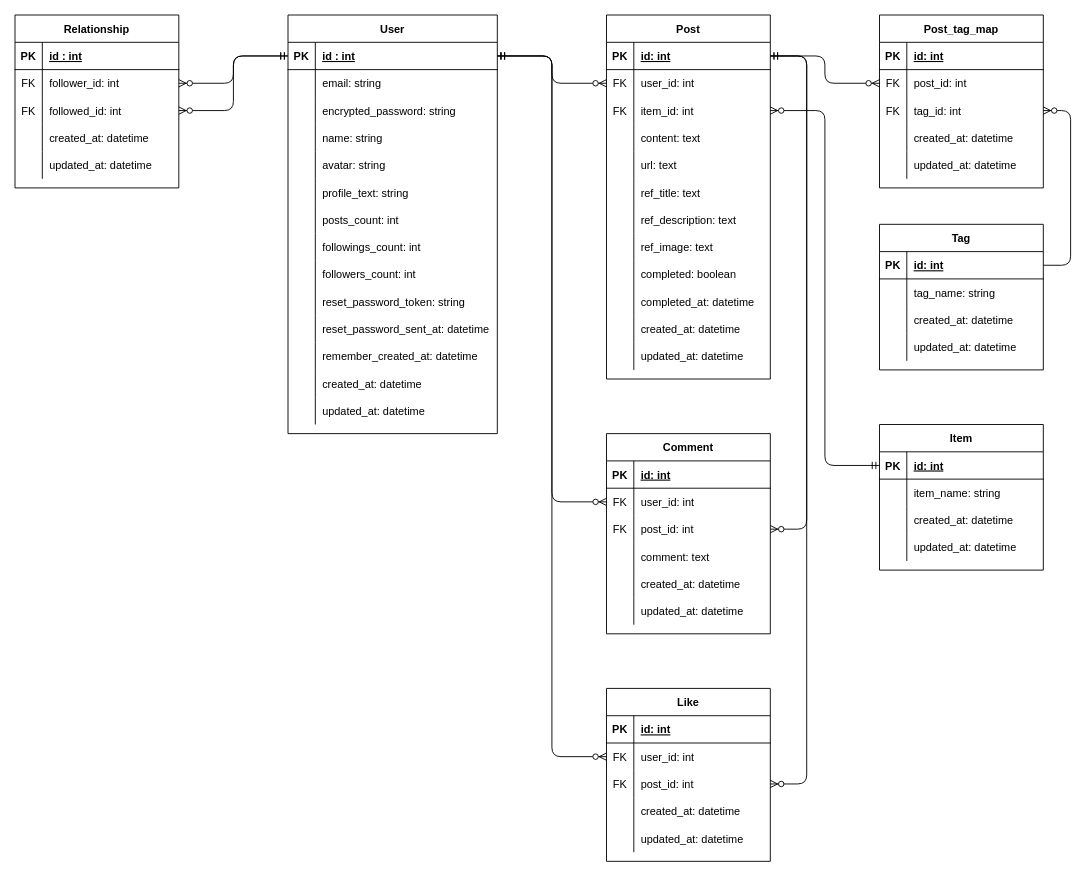
nosuke0611/intelist keeps this draw.io diagram as intelist_er.drawio. Above is the earlier version. Source tidied: cells renumbered, new cells numbered last; positions are measured from the earlier drawing's top-left corner, leaving out a move shared by most shapes. Both pictures are drawn from the tidied source at 91%, with x=0, y=0 at pixel (15, 15).
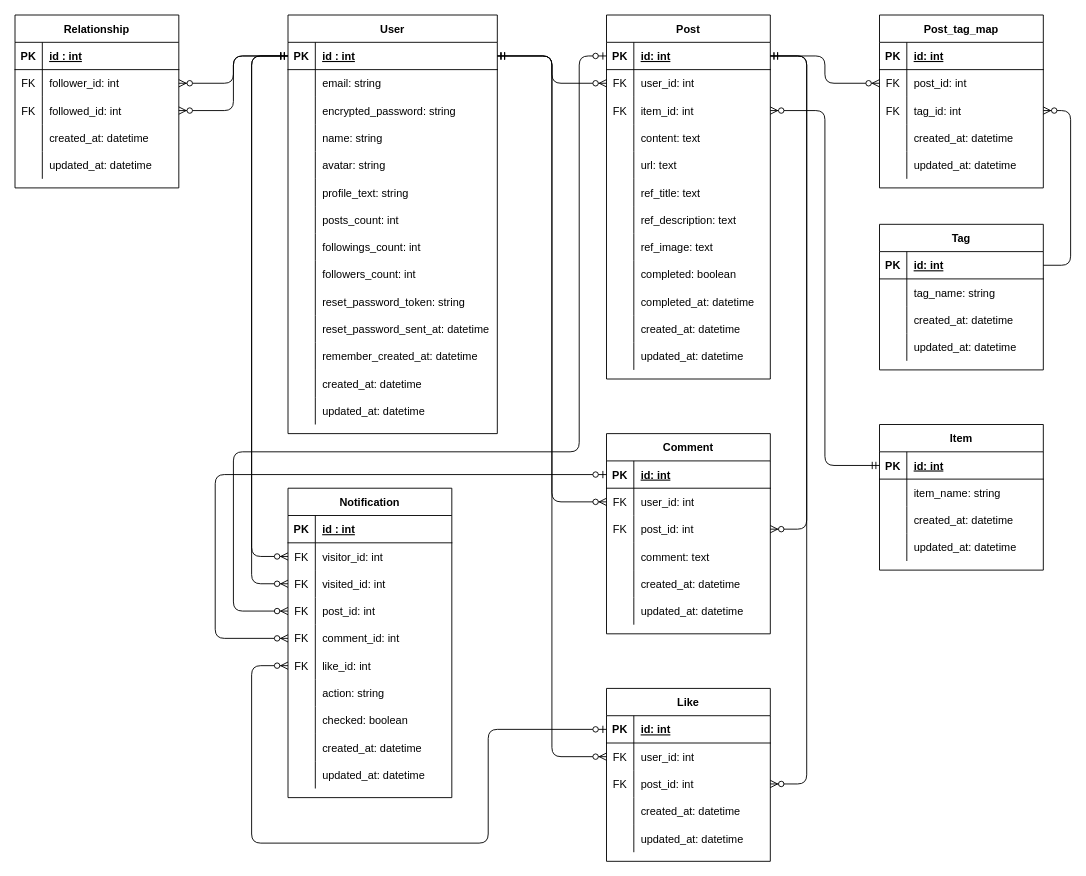
The same page after the edit.

Unchanged cells that the change refers to:
```xml
<mxCell id="3" style="shape=partialRectangle;fillColor=none;top=0;left=0;bottom=1;right=0;points=[[0,0.5],[1,0.5]];portConstraint=eastwest;" parent="2" vertex="1">
  <mxGeometry y="30" width="180" height="30" as="geometry" />
</mxCell>
<mxCell id="35" style="shape=partialRectangle;fillColor=none;top=0;left=0;bottom=1;right=0;points=[[0,0.5],[1,0.5]];portConstraint=eastwest;" parent="34" vertex="1">
  <mxGeometry y="30" width="180" height="30" as="geometry" />
</mxCell>
<mxCell id="67" style="shape=partialRectangle;fillColor=none;top=0;left=0;bottom=1;right=0;points=[[0,0.5],[1,0.5]];portConstraint=eastwest;" parent="66" vertex="1">
  <mxGeometry y="30" width="180" height="30" as="geometry" />
</mxCell>
<mxCell id="133" style="shape=partialRectangle;fillColor=none;top=0;left=0;bottom=1;right=0;points=[[0,0.5],[1,0.5]];portConstraint=eastwest;" parent="132" vertex="1">
  <mxGeometry y="30" width="230" height="30" as="geometry" />
</mxCell>
```

What changed in the source:
```diff
@@
+    <mxCell id="185" value="Notification" style="shape=table;startSize=30;childLayout=tableLayout;rowLines=0;fontStyle=1;align=center;" parent="1" vertex="1">
+      <mxGeometry x="300" y="520" width="180" height="340" as="geometry" />
+    </mxCell>
+    <mxCell id="186" style="shape=partialRectangle;fillColor=none;top=0;left=0;bottom=1;right=0;" parent="185" vertex="1">
+      <mxGeometry y="30" width="180" height="30" as="geometry" />
+    </mxCell>
+    <mxCell id="187" value="PK" style="shape=partialRectangle;fillColor=none;top=0;left=0;bottom=0;right=0;fontStyle=1;overflow=hidden;" parent="186" vertex="1">
+      <mxGeometry width="30" height="30" as="geometry" />
+    </mxCell>
+    <mxCell id="188" value="id : int" style="shape=partialRectangle;fillColor=none;top=0;left=0;bottom=0;right=0;align=left;spacingLeft=6;fontStyle=5;overflow=hidden;" parent="186" vertex="1">
+      <mxGeometry x="30" width="150" height="30" as="geometry" />
+    </mxCell>
+    <mxCell id="189" style="shape=partialRectangle;fillColor=none;top=0;left=0;bottom=0;right=0;points=[[0,0.5],[1,0.5]];portConstraint=eastwest;" parent="185" vertex="1">
+      <mxGeometry y="60" width="180" height="30" as="geometry" />
+    </mxCell>
+    <mxCell id="190" value="FK" style="shape=partialRectangle;fillColor=none;top=0;left=0;bottom=0;right=0;overflow=hidden;" parent="189" vertex="1">
+      <mxGeometry width="30" height="30" as="geometry" />
+    </mxCell>
+    <mxCell id="191" value="visitor_id: int" style="shape=partialRectangle;fillColor=none;top=0;left=0;bottom=0;right=0;align=left;spacingLeft=6;overflow=hidden;" parent="189" vertex="1">
+      <mxGeometry x="30" width="150" height="30" as="geometry" />
+    </mxCell>
+    <mxCell id="192" style="shape=partialRectangle;fillColor=none;top=0;left=0;bottom=0;right=0;points=[[0,0.5],[1,0.5]];portConstraint=eastwest;" parent="185" vertex="1">
+      <mxGeometry y="90" width="180" height="30" as="geometry" />
+    </mxCell>
+    <mxCell id="193" value="FK" style="shape=partialRectangle;fillColor=none;top=0;left=0;bottom=0;right=0;overflow=hidden;" parent="192" vertex="1">
+      <mxGeometry width="30" height="30" as="geometry" />
+    </mxCell>
+    <mxCell id="194" value="visited_id: int" style="shape=partialRectangle;fillColor=none;top=0;left=0;bottom=0;right=0;align=left;spacingLeft=6;overflow=hidden;" parent="192" vertex="1">
+      <mxGeometry x="30" width="150" height="30" as="geometry" />
+    </mxCell>
+    <mxCell id="195" style="shape=partialRectangle;fillColor=none;top=0;left=0;bottom=0;right=0;points=[[0,0.5],[1,0.5]];portConstraint=eastwest;" parent="185" vertex="1">
+      <mxGeometry y="120" width="180" height="30" as="geometry" />
+    </mxCell>
+    <mxCell id="196" value="FK" style="shape=partialRectangle;fillColor=none;top=0;left=0;bottom=0;right=0;overflow=hidden;" parent="195" vertex="1">
+      <mxGeometry width="30" height="30" as="geometry" />
+    </mxCell>
+    <mxCell id="197" value="post_id: int" style="shape=partialRectangle;fillColor=none;top=0;left=0;bottom=0;right=0;align=left;spacingLeft=6;overflow=hidden;" parent="195" vertex="1">
+      <mxGeometry x="30" width="150" height="30" as="geometry" />
+    </mxCell>
+    <mxCell id="198" style="shape=partialRectangle;fillColor=none;top=0;left=0;bottom=0;right=0;points=[[0,0.5],[1,0.5]];portConstraint=eastwest;" parent="185" vertex="1">
+      <mxGeometry y="150" width="180" height="30" as="geometry" />
+    </mxCell>
+    <mxCell id="199" value="FK" style="shape=partialRectangle;fillColor=none;top=0;left=0;bottom=0;right=0;overflow=hidden;" parent="198" vertex="1">
+      <mxGeometry width="30" height="30" as="geometry" />
+    </mxCell>
+    <mxCell id="200" value="comment_id: int" style="shape=partialRectangle;fillColor=none;top=0;left=0;bottom=0;right=0;align=left;spacingLeft=6;overflow=hidden;" parent="198" vertex="1">
+      <mxGeometry x="30" width="150" height="30" as="geometry" />
+    </mxCell>
+    <mxCell id="201" style="shape=partialRectangle;fillColor=none;top=0;left=0;bottom=0;right=0;points=[[0,0.5],[1,0.5]];portConstraint=eastwest;" parent="185" vertex="1">
+      <mxGeometry y="180" width="180" height="30" as="geometry" />
+    </mxCell>
+    <mxCell id="202" value="FK" style="shape=partialRectangle;fillColor=none;top=0;left=0;bottom=0;right=0;overflow=hidden;" parent="201" vertex="1">
+      <mxGeometry width="30" height="30" as="geometry" />
+    </mxCell>
+    <mxCell id="203" value="like_id: int" style="shape=partialRectangle;fillColor=none;top=0;left=0;bottom=0;right=0;align=left;spacingLeft=6;overflow=hidden;" parent="201" vertex="1">
+      <mxGeometry x="30" width="150" height="30" as="geometry" />
+    </mxCell>
+    <mxCell id="204" style="shape=partialRectangle;fillColor=none;top=0;left=0;bottom=0;right=0;" parent="185" vertex="1">
+      <mxGeometry y="210" width="180" height="30" as="geometry" />
+    </mxCell>
+    <mxCell id="205" style="shape=partialRectangle;fillColor=none;top=0;left=0;bottom=0;right=0;overflow=hidden;" parent="204" vertex="1">
+      <mxGeometry width="30" height="30" as="geometry" />
+    </mxCell>
+    <mxCell id="206" value="action: string" style="shape=partialRectangle;fillColor=none;top=0;left=0;bottom=0;right=0;align=left;spacingLeft=6;overflow=hidden;" parent="204" vertex="1">
+      <mxGeometry x="30" width="150" height="30" as="geometry" />
+    </mxCell>
+    <mxCell id="207" style="shape=partialRectangle;fillColor=none;top=0;left=0;bottom=0;right=0;" parent="185" vertex="1">
+      <mxGeometry y="240" width="180" height="30" as="geometry" />
+    </mxCell>
+    <mxCell id="208" style="shape=partialRectangle;fillColor=none;top=0;left=0;bottom=0;right=0;overflow=hidden;" parent="207" vertex="1">
+      <mxGeometry width="30" height="30" as="geometry" />
+    </mxCell>
+    <mxCell id="209" value="checked: boolean" style="shape=partialRectangle;fillColor=none;top=0;left=0;bottom=0;right=0;align=left;spacingLeft=6;overflow=hidden;" parent="207" vertex="1">
+      <mxGeometry x="30" width="150" height="30" as="geometry" />
+    </mxCell>
+    <mxCell id="210" style="shape=partialRectangle;fillColor=none;top=0;left=0;bottom=0;right=0;" parent="185" vertex="1">
+      <mxGeometry y="270" width="180" height="30" as="geometry" />
+    </mxCell>
+    <mxCell id="211" style="shape=partialRectangle;fillColor=none;top=0;left=0;bottom=0;right=0;overflow=hidden;" parent="210" vertex="1">
+      <mxGeometry width="30" height="30" as="geometry" />
+    </mxCell>
+    <mxCell id="212" value="created_at: datetime" style="shape=partialRectangle;fillColor=none;top=0;left=0;bottom=0;right=0;align=left;spacingLeft=6;overflow=hidden;" parent="210" vertex="1">
+      <mxGeometry x="30" width="150" height="30" as="geometry" />
+    </mxCell>
+    <mxCell id="213" style="shape=partialRectangle;fillColor=none;top=0;left=0;bottom=0;right=0;" parent="185" vertex="1">
+      <mxGeometry y="300" width="180" height="30" as="geometry" />
+    </mxCell>
+    <mxCell id="214" style="shape=partialRectangle;fillColor=none;top=0;left=0;bottom=0;right=0;overflow=hidden;" parent="213" vertex="1">
+      <mxGeometry width="30" height="30" as="geometry" />
+    </mxCell>
+    <mxCell id="215" value="updated_at: datetime" style="shape=partialRectangle;fillColor=none;top=0;left=0;bottom=0;right=0;align=left;spacingLeft=6;overflow=hidden;" parent="213" vertex="1">
+      <mxGeometry x="30" width="150" height="30" as="geometry" />
+    </mxCell>
+    <mxCell id="216" style="edgeStyle=orthogonalEdgeStyle;fontSize=12;html=1;endArrow=ERzeroToMany;startArrow=ERmandOne;entryX=0;entryY=0.5;entryDx=0;entryDy=0;exitX=0;exitY=0.5;exitDx=0;exitDy=0;" parent="1" edge="1" source="133" target="189">
+      <mxGeometry relative="1" as="geometry">
+        <Array as="points">
+          <mxPoint x="260" y="45" />
+          <mxPoint x="260" y="595" />
+        </Array>
+      </mxGeometry>
+    </mxCell>
+    <mxCell id="217" style="edgeStyle=orthogonalEdgeStyle;fontSize=12;html=1;endArrow=ERzeroToMany;startArrow=ERmandOne;exitX=0;exitY=0.5;exitDx=0;exitDy=0;entryX=0;entryY=0.5;entryDx=0;entryDy=0;" parent="1" edge="1" source="133" target="192">
+      <mxGeometry relative="1" as="geometry">
+        <Array as="points">
+          <mxPoint x="260" y="45" />
+          <mxPoint x="260" y="625" />
+        </Array>
+      </mxGeometry>
+    </mxCell>
+    <mxCell id="218" style="edgeStyle=orthogonalEdgeStyle;fontSize=12;html=1;endArrow=ERzeroToMany;startArrow=ERzeroToOne;entryX=0;entryY=0.5;entryDx=0;entryDy=0;exitX=0;exitY=0.5;exitDx=0;exitDy=0;" parent="1" edge="1" source="67" target="195">
+      <mxGeometry relative="1" as="geometry">
+        <Array as="points">
+          <mxPoint x="620" y="45" />
+          <mxPoint x="620" y="480" />
+          <mxPoint x="240" y="480" />
+          <mxPoint x="240" y="655" />
+        </Array>
+      </mxGeometry>
+    </mxCell>
+    <mxCell id="219" style="edgeStyle=orthogonalEdgeStyle;fontSize=12;html=1;endArrow=ERzeroToMany;startArrow=ERzeroToOne;entryX=0;entryY=0.5;entryDx=0;entryDy=0;exitX=0;exitY=0.5;exitDx=0;exitDy=0;" parent="1" edge="1" source="3" target="198">
+      <mxGeometry relative="1" as="geometry">
+        <Array as="points">
+          <mxPoint x="220" y="505" />
+          <mxPoint x="220" y="685" />
+        </Array>
+      </mxGeometry>
+    </mxCell>
+    <mxCell id="220" style="edgeStyle=orthogonalEdgeStyle;fontSize=12;html=1;endArrow=ERzeroToMany;startArrow=ERzeroToOne;entryX=0;entryY=0.5;entryDx=0;entryDy=0;exitX=0;exitY=0.5;exitDx=0;exitDy=0;" parent="1" edge="1" source="35" target="201">
+      <mxGeometry relative="1" as="geometry">
+        <Array as="points">
+          <mxPoint x="520" y="785" />
+          <mxPoint x="520" y="910" />
+          <mxPoint x="260" y="910" />
+          <mxPoint x="260" y="715" />
+        </Array>
+      </mxGeometry>
+    </mxCell>
```
